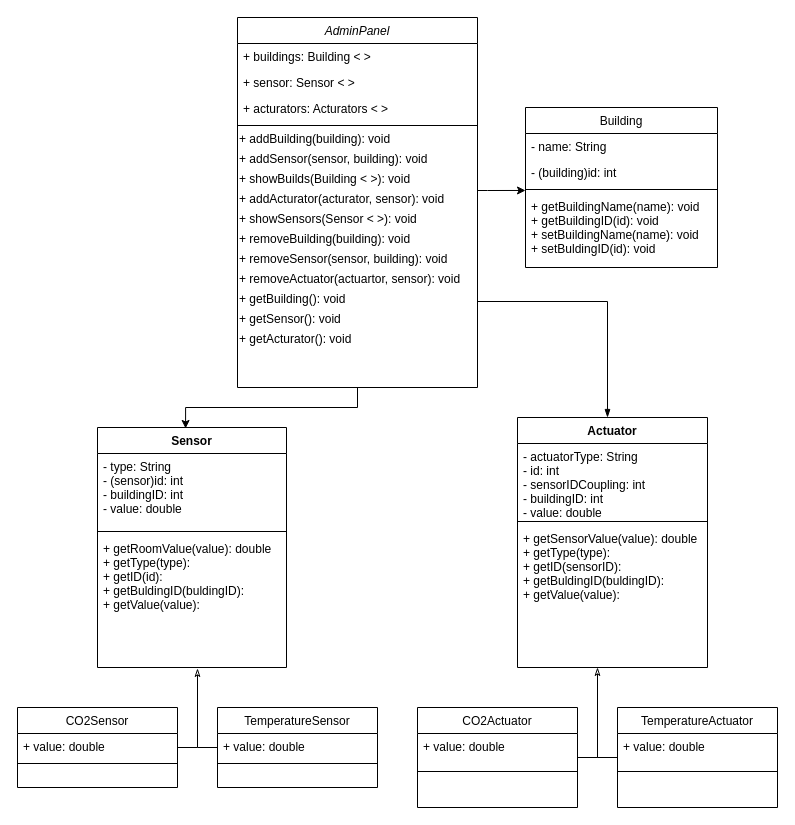
Earlier version of the draw.io diagram UML-Diagram.drawio (Oliver-Heine/MiniProjekt-T4-4). Source tidied: cells renumbered, new cells numbered last; positions are measured from the earlier drawing's top-left corner, leaving out a move shared by most shapes. Both pictures are drawn from the tidied source at 100%, with x=0, y=0 at pixel (17, 17).
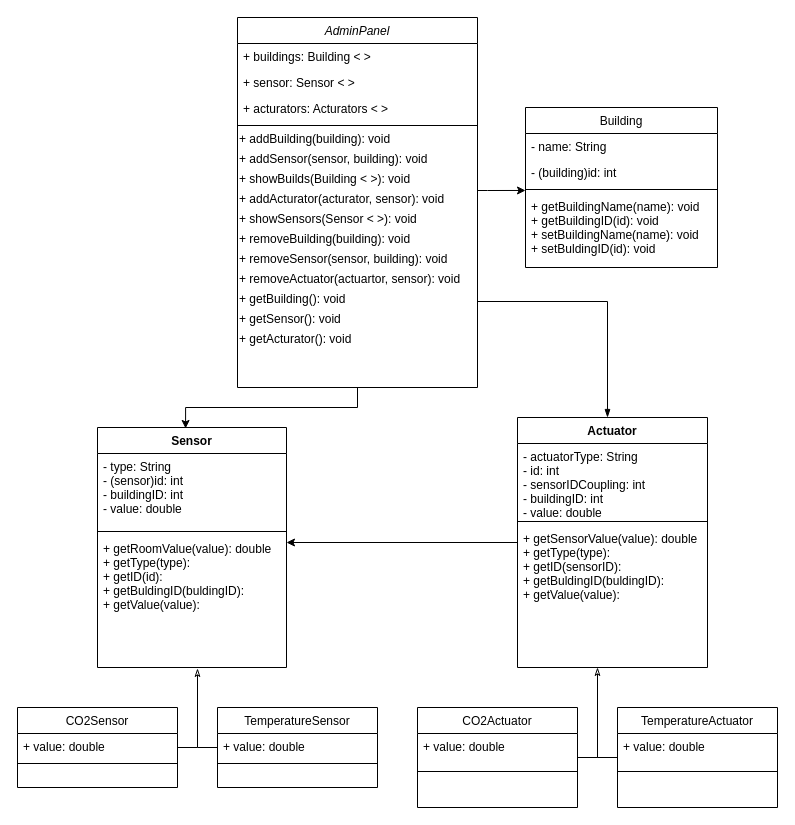
After the change.

The change refers to these unchanged cells:
```xml
<mxCell id="37" value="+ getRoomValue(value): double&#10;+ getType(type):&#10;+ getID(id):&#10;+ getBuldingID(buldingID):&#10;+ getValue(value):" style="text;strokeColor=none;fillColor=none;align=left;verticalAlign=top;spacingLeft=4;spacingRight=4;overflow=hidden;points=[[0,0.5],[1,0.5]];portConstraint=eastwest;" parent="34" vertex="1">
  <mxGeometry y="108" width="189" height="132" as="geometry" />
</mxCell>
<mxCell id="38" value="Actuator" style="swimlane;fontStyle=1;align=center;verticalAlign=top;horizontal=1;startSize=26;" parent="1" vertex="1">
  <mxGeometry x="500" y="400" width="190" height="250" as="geometry" />
</mxCell>
```

Change to the diagram source:
```diff
@@
+    <mxCell id="50" style="edgeStyle=orthogonalEdgeStyle;rounded=0;jettySize=auto;html=1;entryX=1;entryY=0.053;entryDx=0;entryDy=0;entryPerimeter=0;" parent="1" edge="1" source="38" target="37">
+      <mxGeometry relative="1" as="geometry" />
+    </mxCell>
```
